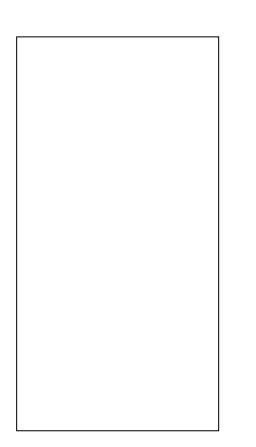
The draw.io diagram Untitled Diagram.drawio in Aaron-cdx/image, before the edit. Source tidied: cells renumbered, new cells numbered last; positions are measured from the earlier drawing's top-left corner, leaving out a move shared by most shapes. Both pictures are drawn from the tidied source at 101%, with x=0, y=0 at pixel (16, 36).
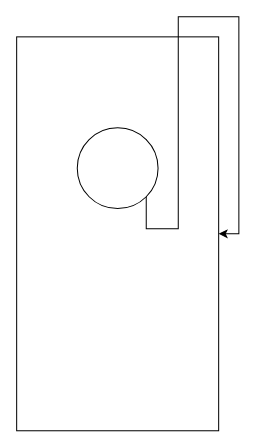
Above is the later version.

Change to the diagram source:
```diff
@@
 <mxGraphModel>
   <root>
     <mxCell id="0" />
     <mxCell id="1" parent="0" />
     <mxCell id="2" style="rounded=0;whiteSpace=wrap;html=1;" parent="1" vertex="1">
       <mxGeometry width="200" height="390" as="geometry" />
     </mxCell>
+    <mxCell id="3" style="edgeStyle=orthogonalEdgeStyle;rounded=0;jettySize=auto;html=1;exitX=1;exitY=0;exitDx=0;exitDy=0;entryX=1;entryY=0.5;entryDx=0;entryDy=0;" parent="1" edge="1" source="4" target="2">
+      <mxGeometry relative="1" as="geometry" />
+    </mxCell>
+    <mxCell id="4" style="ellipse;whiteSpace=wrap;html=1;" parent="1" vertex="1">
+      <mxGeometry x="60" y="90" width="80" height="80" as="geometry" />
+    </mxCell>
   </root>
 </mxGraphModel>
```
